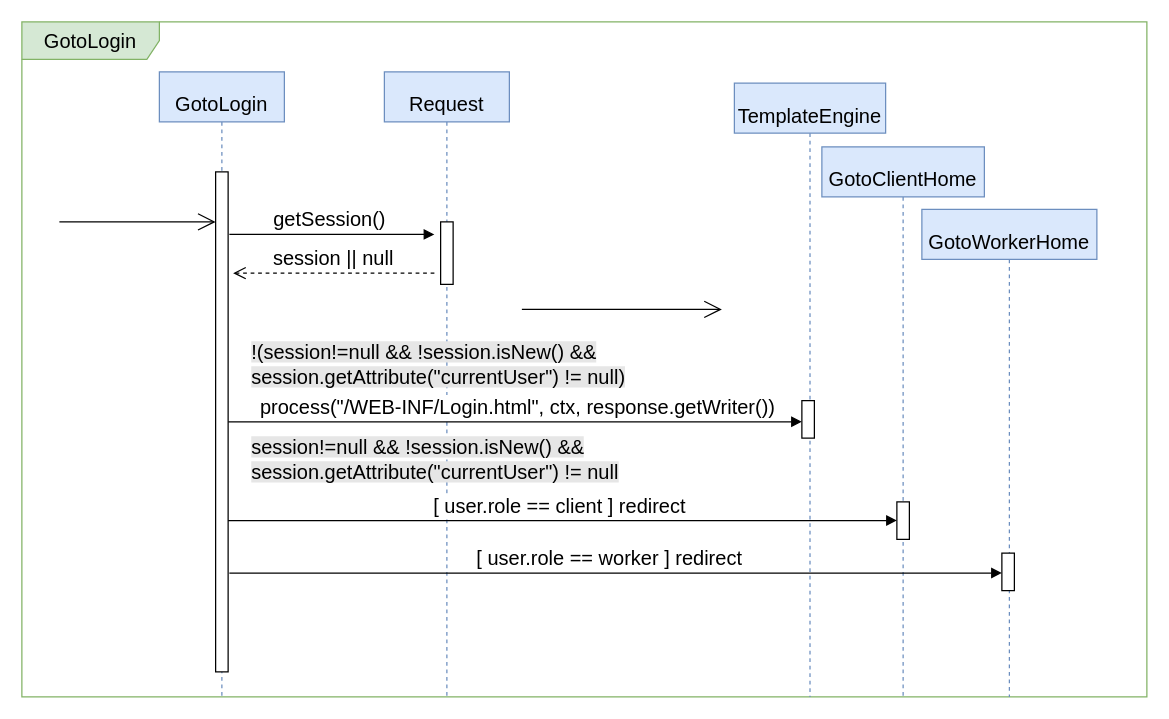
The draw.io diagram documentation/PureHTML_files_drawio/GotoLogin.drawio in ManuMerlo/Web-App-Project-TIW-2022-Inghilleri-Merlo, before the edit. Source tidied: cells renumbered, new cells numbered last; positions are measured from the earlier drawing's top-left corner, leaving out a move shared by most shapes. Both pictures are drawn from the tidied source at 125%, with x=0, y=0 at pixel (21, 21).
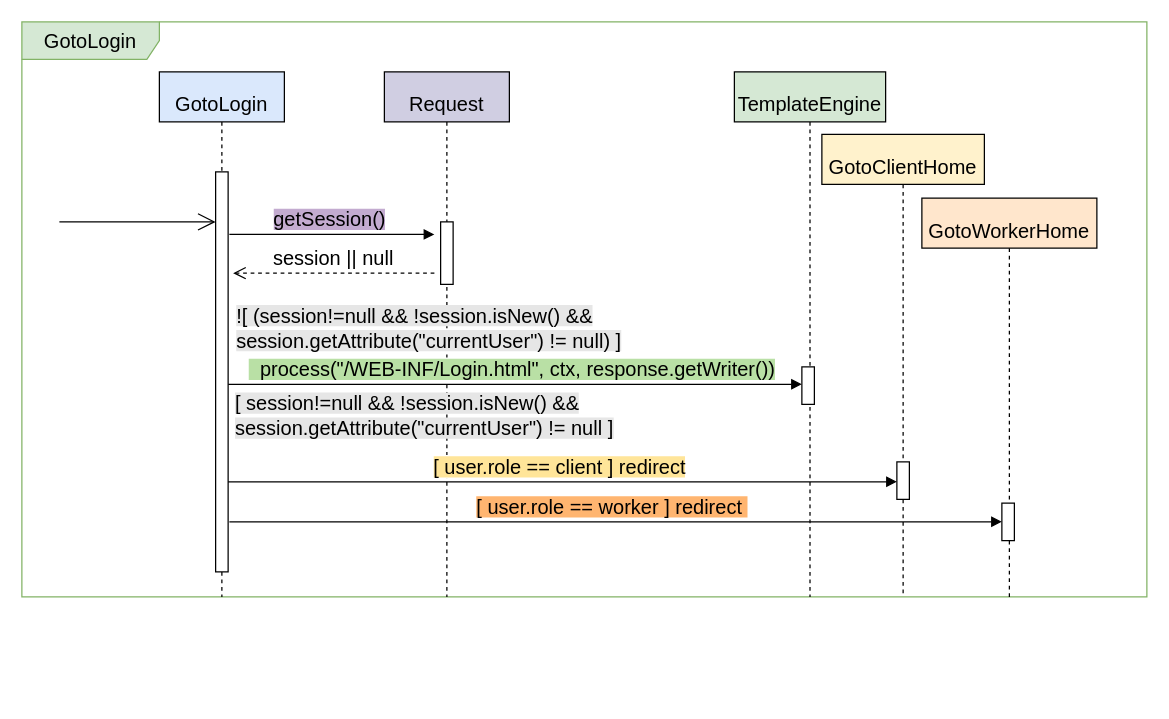
The same diagram, later.

What changed in the source:
```diff
@@
+    <mxCell id="3" value="GotoLogin" style="shape=umlFrame;whiteSpace=wrap;html=1;fontSize=16;width=110;height=30;fillColor=#d5e8d4;strokeColor=#82b366;" parent="1" vertex="1">
+      <mxGeometry width="900" height="460" as="geometry" />
+    </mxCell>
-    <mxCell id="2" value="&lt;span style=&quot;font-size: 16px;&quot;&gt;GotoLogin&lt;/span&gt;" style="shape=umlLifeline;perimeter=lifelinePerimeter;whiteSpace=wrap;html=1;fontSize=33;align=center;fillColor=#dae8fc;strokeColor=#6c8ebf;" parent="1" vertex="1">
-      <mxGeometry x="110" y="40" width="100" height="500" as="geometry" />
+    <mxCell id="2" value="&lt;span style=&quot;font-size: 16px;&quot;&gt;GotoLogin&lt;/span&gt;" style="shape=umlLifeline;perimeter=lifelinePerimeter;whiteSpace=wrap;html=1;fontSize=33;align=center;fillColor=#dae8fc;strokeColor=#000000;" parent="1" vertex="1">
+      <mxGeometry x="110" y="40" width="100" height="420" as="geometry" />
     </mxCell>
-    <mxCell id="3" value="GotoLogin" style="shape=umlFrame;whiteSpace=wrap;html=1;fontSize=16;width=110;height=30;fillColor=#d5e8d4;strokeColor=#82b366;" parent="1" vertex="1">
-      <mxGeometry width="900" height="540" as="geometry" />
-    </mxCell>
-    <mxCell id="4" value="&lt;span style=&quot;font-size: 16px;&quot;&gt;Request&lt;/span&gt;" style="shape=umlLifeline;perimeter=lifelinePerimeter;whiteSpace=wrap;html=1;fontSize=33;align=center;fillColor=#dae8fc;strokeColor=#6c8ebf;" parent="1" vertex="1">
-      <mxGeometry x="290" y="40" width="100" height="500" as="geometry" />
+    <mxCell id="4" value="&lt;span style=&quot;font-size: 16px;&quot;&gt;Request&lt;/span&gt;" style="shape=umlLifeline;perimeter=lifelinePerimeter;whiteSpace=wrap;html=1;fontSize=33;align=center;fillColor=#d0cee2;strokeColor=#000000;" parent="1" vertex="1">
+      <mxGeometry x="290" y="40" width="100" height="420" as="geometry" />
     </mxCell>
@@
-    <mxCell id="6" value="&amp;nbsp; process(&quot;/WEB-INF/Login.html&quot;, ctx, response.getWriter())" style="html=1;verticalAlign=bottom;endArrow=block;rounded=0;fontSize=16;" parent="4" edge="1" target="8">
+    <mxCell id="6" value="&lt;span style=&quot;background-color: rgb(185, 224, 165);&quot;&gt;&amp;nbsp; process(&quot;/WEB-INF/Login.html&quot;, ctx, response.getWriter())&lt;/span&gt;" style="html=1;verticalAlign=bottom;endArrow=block;rounded=0;fontSize=16;" parent="4" edge="1">
       <mxGeometry x="-0.01" relative="1" as="geometry">
-        <mxPoint x="-125" y="279.9" as="sourcePoint" />
+        <mxPoint x="-125" y="249.9" as="sourcePoint" />
+        <mxPoint x="334" y="249.9" as="targetPoint" />
       </mxGeometry>
     </mxCell>
-    <mxCell id="7" value="&lt;p style=&quot;line-height: 0.4;&quot;&gt;&lt;/p&gt;&lt;blockquote style=&quot;margin: 0px 0px 0px 40px; border: none; padding: 0px; line-height: 0.6;&quot;&gt;&lt;/blockquote&gt;&lt;span style=&quot;font-size: 16px; background-color: initial;&quot;&gt;Template&lt;/span&gt;&lt;span style=&quot;font-size: 16px; line-height: 0.1;&quot;&gt;Engine&lt;/span&gt;&lt;p&gt;&lt;/p&gt;" style="shape=umlLifeline;perimeter=lifelinePerimeter;whiteSpace=wrap;html=1;fontSize=33;align=center;fillColor=#dae8fc;strokeColor=#6c8ebf;" parent="1" vertex="1">
-      <mxGeometry x="570" y="49" width="121" height="491" as="geometry" />
+    <mxCell id="7" value="&lt;p style=&quot;line-height: 0.4;&quot;&gt;&lt;/p&gt;&lt;blockquote style=&quot;margin: 0px 0px 0px 40px; border: none; padding: 0px; line-height: 0.6;&quot;&gt;&lt;/blockquote&gt;&lt;span style=&quot;font-size: 16px; background-color: initial;&quot;&gt;Template&lt;/span&gt;&lt;span style=&quot;font-size: 16px; line-height: 0.1;&quot;&gt;Engine&lt;/span&gt;&lt;p&gt;&lt;/p&gt;" style="shape=umlLifeline;perimeter=lifelinePerimeter;whiteSpace=wrap;html=1;fontSize=33;align=center;fillColor=#d5e8d4;strokeColor=#000000;" parent="1" vertex="1">
+      <mxGeometry x="570" y="40" width="121" height="420" as="geometry" />
     </mxCell>
     <mxCell id="8" style="html=1;points=[];perimeter=orthogonalPerimeter;fontSize=16;" parent="7" vertex="1">
-      <mxGeometry x="54" y="254" width="10" height="30" as="geometry" />
+      <mxGeometry x="54" y="236" width="10" height="30" as="geometry" />
     </mxCell>
     <mxCell id="9" style="html=1;perimeter=orthogonalPerimeter;fontSize=16;" parent="1" vertex="1">
-      <mxGeometry x="155" y="120" width="10" height="400" as="geometry" />
+      <mxGeometry x="155" y="120" width="10" height="320" as="geometry" />
     </mxCell>
@@
-    <mxCell id="11" value="getSession()" style="html=1;verticalAlign=bottom;endArrow=block;rounded=0;fontSize=16;" parent="1" edge="1">
+    <mxCell id="11" value="&lt;span style=&quot;background-color: rgb(195, 171, 208);&quot;&gt;getSession()&lt;/span&gt;" style="html=1;verticalAlign=bottom;endArrow=block;rounded=0;fontSize=16;" parent="1" edge="1">
       <mxGeometry x="-0.03" relative="1" as="geometry">
         <mxPoint x="166" y="170" as="sourcePoint" />
         <mxPoint x="330" y="170" as="targetPoint" />
       </mxGeometry>
     </mxCell>
-    <mxCell id="12" value="&lt;span style=&quot;background-color: rgb(230, 230, 230);&quot;&gt;!(session!=null &amp;amp;&amp;amp; !session.isNew() &amp;amp;&amp;amp;&lt;/span&gt;&lt;br&gt;&lt;span style=&quot;background-color: rgb(230, 230, 230);&quot;&gt;session.getAttribute(&quot;currentUser&quot;) != null)&lt;/span&gt;" style="text;html=1;strokeColor=none;fillColor=none;align=left;verticalAlign=middle;whiteSpace=wrap;rounded=0;fontSize=16;" parent="1" vertex="1">
-      <mxGeometry x="182" y="259" width="330" height="30" as="geometry" />
+    <mxCell id="12" value="&lt;span style=&quot;background-color: rgb(230, 230, 230);&quot;&gt;![ (session!=null &amp;amp;&amp;amp; !session.isNew() &amp;amp;&amp;amp;&lt;/span&gt;&lt;br&gt;&lt;span style=&quot;background-color: rgb(230, 230, 230);&quot;&gt;session.getAttribute(&quot;currentUser&quot;) != null) ]&lt;/span&gt;" style="text;html=1;strokeColor=none;fillColor=none;align=left;verticalAlign=middle;whiteSpace=wrap;rounded=0;fontSize=16;" parent="1" vertex="1">
+      <mxGeometry x="170" y="230" width="330" height="30" as="geometry" />
     </mxCell>
-    <mxCell id="13" value="&lt;p style=&quot;line-height: 0.4;&quot;&gt;&lt;/p&gt;&lt;blockquote style=&quot;margin: 0px 0px 0px 40px; border: none; padding: 0px; line-height: 0.6;&quot;&gt;&lt;/blockquote&gt;&lt;span style=&quot;font-size: 16px;&quot;&gt;GotoClientHome&lt;/span&gt;&lt;br&gt;&lt;p&gt;&lt;/p&gt;" style="shape=umlLifeline;perimeter=lifelinePerimeter;whiteSpace=wrap;html=1;fontSize=33;align=center;fillColor=#dae8fc;strokeColor=#6c8ebf;" parent="1" vertex="1">
-      <mxGeometry x="640" y="100" width="130" height="440" as="geometry" />
+    <mxCell id="13" value="&lt;p style=&quot;line-height: 0.4;&quot;&gt;&lt;/p&gt;&lt;blockquote style=&quot;margin: 0px 0px 0px 40px; border: none; padding: 0px; line-height: 0.6;&quot;&gt;&lt;/blockquote&gt;&lt;span style=&quot;font-size: 16px;&quot;&gt;GotoClientHome&lt;/span&gt;&lt;br&gt;&lt;p&gt;&lt;/p&gt;" style="shape=umlLifeline;perimeter=lifelinePerimeter;whiteSpace=wrap;html=1;fontSize=33;align=center;fillColor=#fff2cc;strokeColor=#000000;" parent="1" vertex="1">
+      <mxGeometry x="640" y="90" width="130" height="370" as="geometry" />
     </mxCell>
     <mxCell id="14" style="html=1;points=[];perimeter=orthogonalPerimeter;fontSize=16;" parent="13" vertex="1">
-      <mxGeometry x="60" y="284" width="10" height="30" as="geometry" />
+      <mxGeometry x="60" y="262" width="10" height="30" as="geometry" />
     </mxCell>
-    <mxCell id="15" value="&lt;p style=&quot;line-height: 0.4;&quot;&gt;&lt;/p&gt;&lt;blockquote style=&quot;margin: 0px 0px 0px 40px; border: none; padding: 0px; line-height: 0.6;&quot;&gt;&lt;/blockquote&gt;&lt;span style=&quot;font-size: 16px;&quot;&gt;GotoWorkerHome&lt;/span&gt;&lt;br&gt;&lt;p&gt;&lt;/p&gt;" style="shape=umlLifeline;perimeter=lifelinePerimeter;whiteSpace=wrap;html=1;fontSize=33;align=center;fillColor=#dae8fc;strokeColor=#6c8ebf;" parent="1" vertex="1">
-      <mxGeometry x="720" y="150" width="140" height="390" as="geometry" />
+    <mxCell id="15" value="&lt;p style=&quot;line-height: 0.4;&quot;&gt;&lt;/p&gt;&lt;blockquote style=&quot;margin: 0px 0px 0px 40px; border: none; padding: 0px; line-height: 0.6;&quot;&gt;&lt;/blockquote&gt;&lt;span style=&quot;font-size: 16px;&quot;&gt;GotoWorkerHome&lt;/span&gt;&lt;br&gt;&lt;p&gt;&lt;/p&gt;" style="shape=umlLifeline;perimeter=lifelinePerimeter;whiteSpace=wrap;html=1;fontSize=33;align=center;fillColor=#ffe6cc;strokeColor=#000000;" parent="1" vertex="1">
+      <mxGeometry x="720" y="141" width="140" height="319" as="geometry" />
     </mxCell>
     <mxCell id="16" style="html=1;points=[];perimeter=orthogonalPerimeter;fontSize=16;" parent="15" vertex="1">
-      <mxGeometry x="64" y="275" width="10" height="30" as="geometry" />
+      <mxGeometry x="64" y="244" width="10" height="30" as="geometry" />
     </mxCell>
-    <mxCell id="17" value="&lt;span style=&quot;background-color: rgb(230, 230, 230);&quot;&gt;session!=null &amp;amp;&amp;amp; !session.isNew() &amp;amp;&amp;amp;&lt;/span&gt;&lt;br&gt;&lt;span style=&quot;background-color: rgb(230, 230, 230);&quot;&gt;session.getAttribute(&quot;currentUser&quot;) != null&lt;/span&gt;" style="text;html=1;strokeColor=none;fillColor=none;align=left;verticalAlign=middle;whiteSpace=wrap;rounded=0;fontSize=16;" parent="1" vertex="1">
-      <mxGeometry x="182" y="335" width="330" height="30" as="geometry" />
+    <mxCell id="17" value="&lt;span style=&quot;background-color: rgb(230, 230, 230);&quot;&gt;[ session!=null &amp;amp;&amp;amp; !session.isNew() &amp;amp;&amp;amp;&lt;/span&gt;&lt;br&gt;&lt;span style=&quot;background-color: rgb(230, 230, 230);&quot;&gt;session.getAttribute(&quot;currentUser&quot;) != null ]&lt;/span&gt;" style="text;html=1;strokeColor=none;fillColor=none;align=left;verticalAlign=middle;whiteSpace=wrap;rounded=0;fontSize=16;" parent="1" vertex="1">
+      <mxGeometry x="169" y="300" width="330" height="30" as="geometry" />
     </mxCell>
-    <mxCell id="18" value="[ user.role == client ] redirect" style="html=1;verticalAlign=bottom;endArrow=block;rounded=0;fontSize=16;" parent="1" edge="1" target="14">
+    <mxCell id="18" value="&lt;span style=&quot;background-color: rgb(255, 229, 153);&quot;&gt;[ user.role == client ] redirect&lt;/span&gt;" style="html=1;verticalAlign=bottom;endArrow=block;rounded=0;fontSize=16;" parent="1" edge="1">
       <mxGeometry x="-0.01" relative="1" as="geometry">
-        <mxPoint x="165" y="398.9" as="sourcePoint" />
+        <mxPoint x="165" y="367.9" as="sourcePoint" />
+        <mxPoint x="700" y="367.9" as="targetPoint" />
       </mxGeometry>
     </mxCell>
-    <mxCell id="19" value="[ user.role == worker ] redirect&amp;nbsp;" style="html=1;verticalAlign=bottom;endArrow=block;rounded=0;fontSize=16;" parent="1" edge="1" target="16">
+    <mxCell id="19" value="&lt;span style=&quot;background-color: rgb(255, 181, 112);&quot;&gt;[ user.role == worker ] redirect&amp;nbsp;&lt;/span&gt;" style="html=1;verticalAlign=bottom;endArrow=block;rounded=0;fontSize=16;" parent="1" edge="1">
       <mxGeometry x="-0.01" relative="1" as="geometry">
-        <mxPoint x="166" y="440.9" as="sourcePoint" />
+        <mxPoint x="166" y="399.9" as="sourcePoint" />
+        <mxPoint x="784" y="399.9" as="targetPoint" />
       </mxGeometry>
     </mxCell>
-    <mxCell id="20" style="endArrow=open;endFill=1;endSize=12;html=1;rounded=0;labelBackgroundColor=#E6E6E6;fontSize=16;" parent="1" edge="1">
-      <mxGeometry relative="1" as="geometry">
-        <mxPoint x="400" y="230" as="sourcePoint" />
-        <mxPoint x="560" y="230" as="targetPoint" />
-      </mxGeometry>
-    </mxCell>
```
